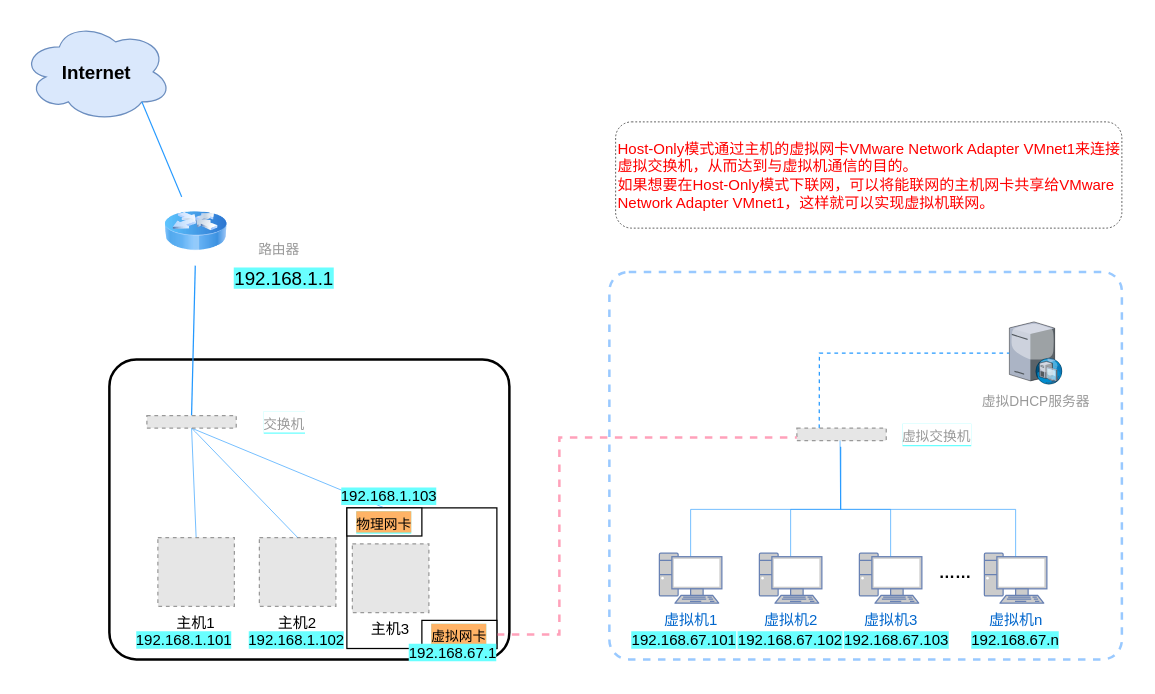
The draw.io diagram page "Host-Only模式" (1 of 3) of drawio/虚拟机网络原理—仅主机模式.drawio in hezhuma/image-repo, before the edit. Source tidied: cells renumbered, new cells numbered last; positions are measured from the earlier drawing's top-left corner, leaving out a move shared by most shapes. Both pictures are drawn from the tidied source at 125%, with x=0, y=0 at pixel (21, 21). Pictures stored in the file or linked from it are replaced by grey dashed boxes.
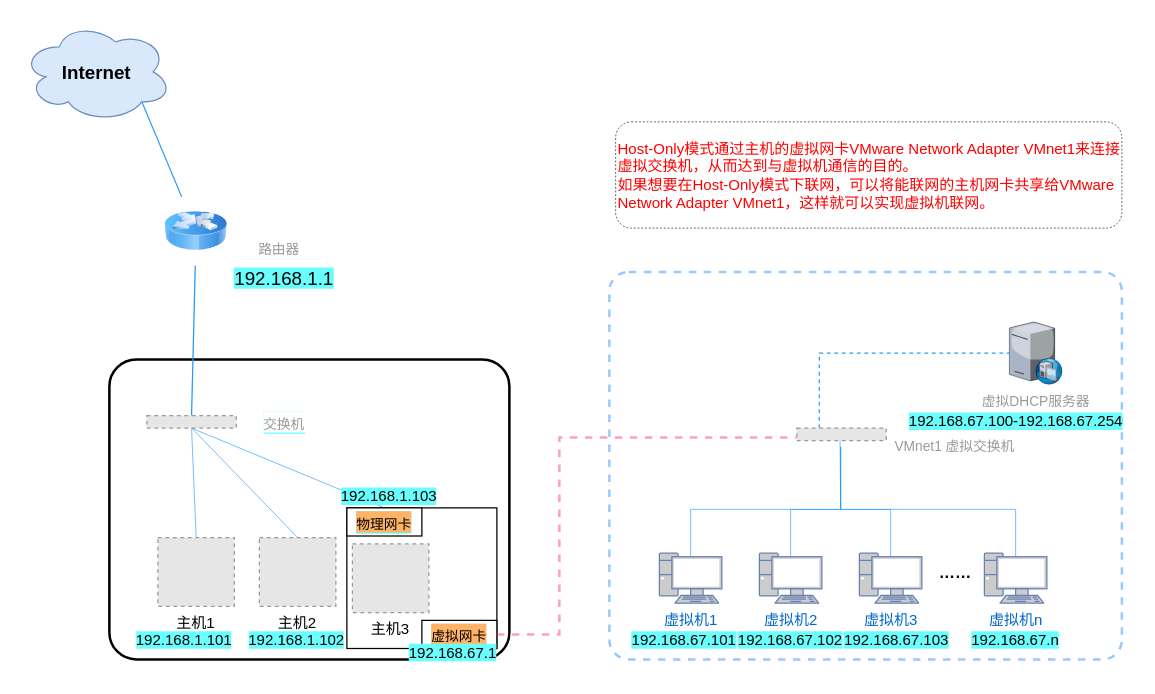
Above is the later version.

What changed in the source:
```diff
@@
-    <mxCell id="40" value="&lt;span style=&quot;background-color: rgb(255, 255, 255);&quot;&gt;&lt;font color=&quot;#999999&quot; style=&quot;font-size: 11px;&quot;&gt;虚拟交换机&lt;/font&gt;&lt;/span&gt;" style="text;html=1;strokeColor=none;fillColor=none;align=center;verticalAlign=middle;whiteSpace=wrap;rounded=0;labelBackgroundColor=#69FFFF;fontSize=15;" parent="1" vertex="1">
-      <mxGeometry x="687" y="315" width="90" height="30" as="geometry" />
-    </mxCell>
@@
+    <mxCell id="45" value="&lt;span style=&quot;font-size: 11px;&quot;&gt;VMnet1 虚拟交换机&lt;/span&gt;" style="text;html=1;strokeColor=none;fillColor=none;align=center;verticalAlign=middle;whiteSpace=wrap;rounded=0;labelBackgroundColor=#FFFFFF;strokeWidth=1;fontSize=12;fontColor=#999999;" parent="1" vertex="1">
+      <mxGeometry x="691.5" y="325" width="108.5" height="30" as="geometry" />
+    </mxCell>
+    <mxCell id="46" value="&lt;span style=&quot;background-color: rgb(105, 255, 255);&quot;&gt;192.168.67.100-192.168.67.254&lt;/span&gt;" style="text;html=1;strokeColor=none;fillColor=none;align=center;verticalAlign=middle;whiteSpace=wrap;rounded=0;" parent="1" vertex="1">
+      <mxGeometry x="700.6" y="305" width="188.9" height="30" as="geometry" />
+    </mxCell>
```
